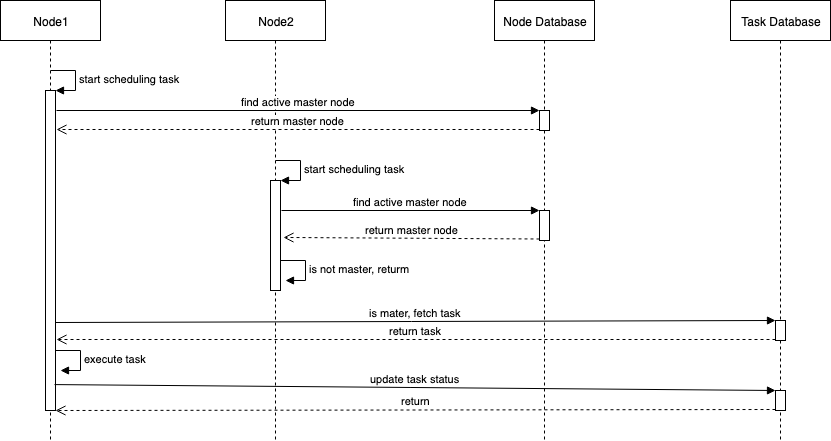
Earlier version of the draw.io export img/task-consumer-execute-task.png (kan01234/task-scheduler). Source tidied: cells renumbered, new cells last; positions are measured from the earlier drawing's top-left corner, leaving out a move shared by most shapes.
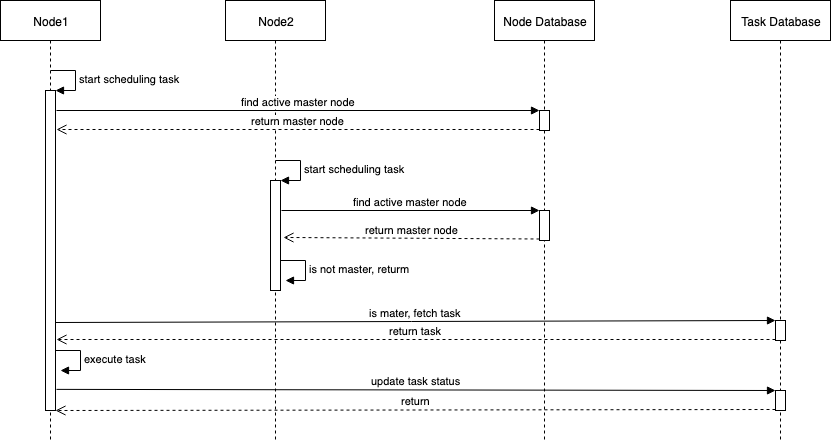
The same diagram one commit later.

What changed in the source:
```diff
@@ -69,7 +69,7 @@
     <mxCell id="18" value="return" style="html=1;verticalAlign=bottom;endArrow=open;dashed=1;endSize=8;exitX=0;exitY=0.95;entryX=1;entryY=1;entryDx=0;entryDy=0;entryPerimeter=0;" parent="1" edge="1" source="14" target="3">
       <mxGeometry relative="1" as="geometry" />
     </mxCell>
-    <mxCell id="19" value="update task status" style="html=1;verticalAlign=bottom;endArrow=block;entryX=0;entryY=0;exitX=0.9;exitY=0.919;exitDx=0;exitDy=0;exitPerimeter=0;" parent="1" edge="1" source="3" target="14">
+    <mxCell id="19" value="update task status" style="html=1;verticalAlign=bottom;endArrow=block;entryX=0;entryY=0;exitX=1.1;exitY=0.934;exitDx=0;exitDy=0;exitPerimeter=0;" parent="1" edge="1" source="3" target="14">
       <mxGeometry relative="1" as="geometry" />
     </mxCell>
     <mxCell id="20" value="execute task" style="edgeStyle=orthogonalEdgeStyle;html=1;align=left;spacingLeft=2;endArrow=block;rounded=0;entryX=1;entryY=0;" parent="1" edge="1">
```
